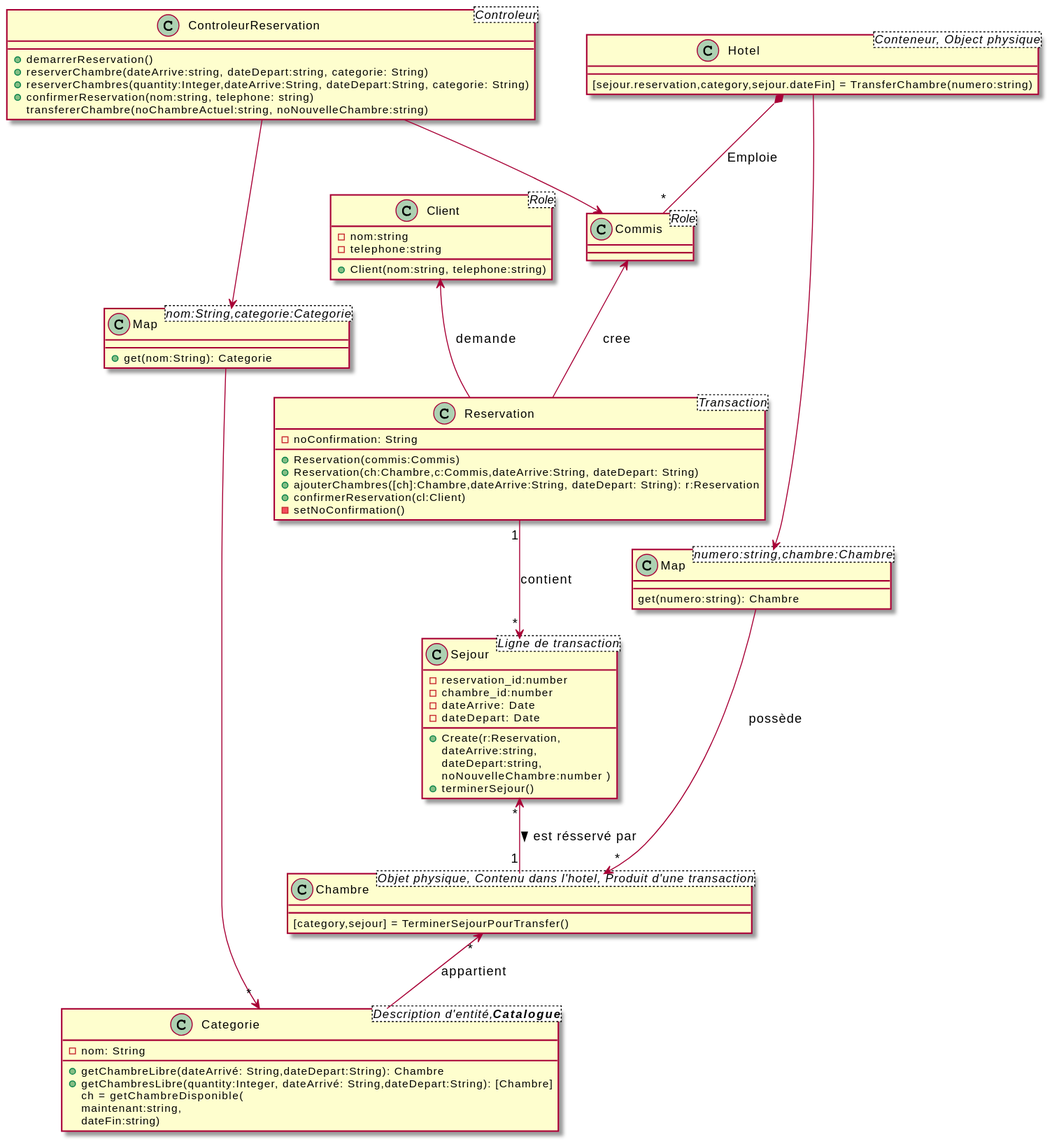
This is ACOO/01-application-gestion-hoteliere-solution-V2/CU01+CU02+CU03-DCL-Diagramme de classe.svg from yvanross/LOG210-exercices, a PlantUML export, as it was before one commit. Source of this version:
```plantuml
@startuml
class ControleurReservation<Controleur>{
  +demarrerReservation()
  +reserverChambre(dateArrive:string, dateDepart:string, categorie: String)
  +reserverChambres(quantity:Integer,dateArrive:String, dateDepart:String, categorie: String)
  +confirmerReservation(nom:string, telephone: string)
  transfererChambre(noChambreActuel:string, noNouvelleChambre:string)
}
class "Map<nom:String,categorie:Categorie>" as MC {
  +get(nom:String): Categorie
}
class "Map<numero:string,chambre:Chambre>" as MCH {
  get(numero:string): Chambre
}

class Hotel <Conteneur, Object physique>{
  [sejour.reservation,category,sejour.dateFin] = TransferChambre(numero:string)
}
class Categorie <Description d'entité,**Catalogue**> {
  -nom: String
  +getChambreLibre(dateArrivé: String,dateDepart:String): Chambre
  +getChambresLibre(quantity:Integer, dateArrivé: String,dateDepart:String): [Chambre]
   ch = getChambreDisponible(\nmaintenant:string, \ndateFin:string)

}
class Reservation <Transaction>{
  -noConfirmation: String
  +Reservation(commis:Commis)
  +Reservation(ch:Chambre,c:Commis,dateArrive:String, dateDepart: String)
  +ajouterChambres([ch]:Chambre,dateArrive:String, dateDepart: String): r:Reservation
  +confirmerReservation(cl:Client)
  -setNoConfirmation()
}

class Sejour <Ligne de transaction>{
  -reservation_id:number
  -chambre_id:number
  -dateArrive: Date
  -dateDepart: Date
  +Create(r:Reservation,\ndateArrive:string, \ndateDepart:string, \nnoNouvelleChambre:number )
  +terminerSejour()
}

class Commis <Role>
class Chambre <Objet physique, Contenu dans l'hotel, Produit d'une transaction>{
  [category,sejour] = TerminerSejourPourTransfer()
}
class Client <Role> {
  -nom:string
  -telephone:string
  +Client(nom:string, telephone:string)
}

Hotel  -->  MCH
MCH --> "*" Chambre: possède
Chambre "*" <-- Categorie: appartient
Client  <--  Reservation: demande
Commis  <--  Reservation: cree
Hotel  *-- "*" Commis : Emploie
Reservation "1" --> "*" Sejour: contient
Sejour"*" <-- "1" Chambre: est résservé par >
ControleurReservation --> MC
ControleurReservation --> Commis
MC --> "*" Categorie
@enduml
```
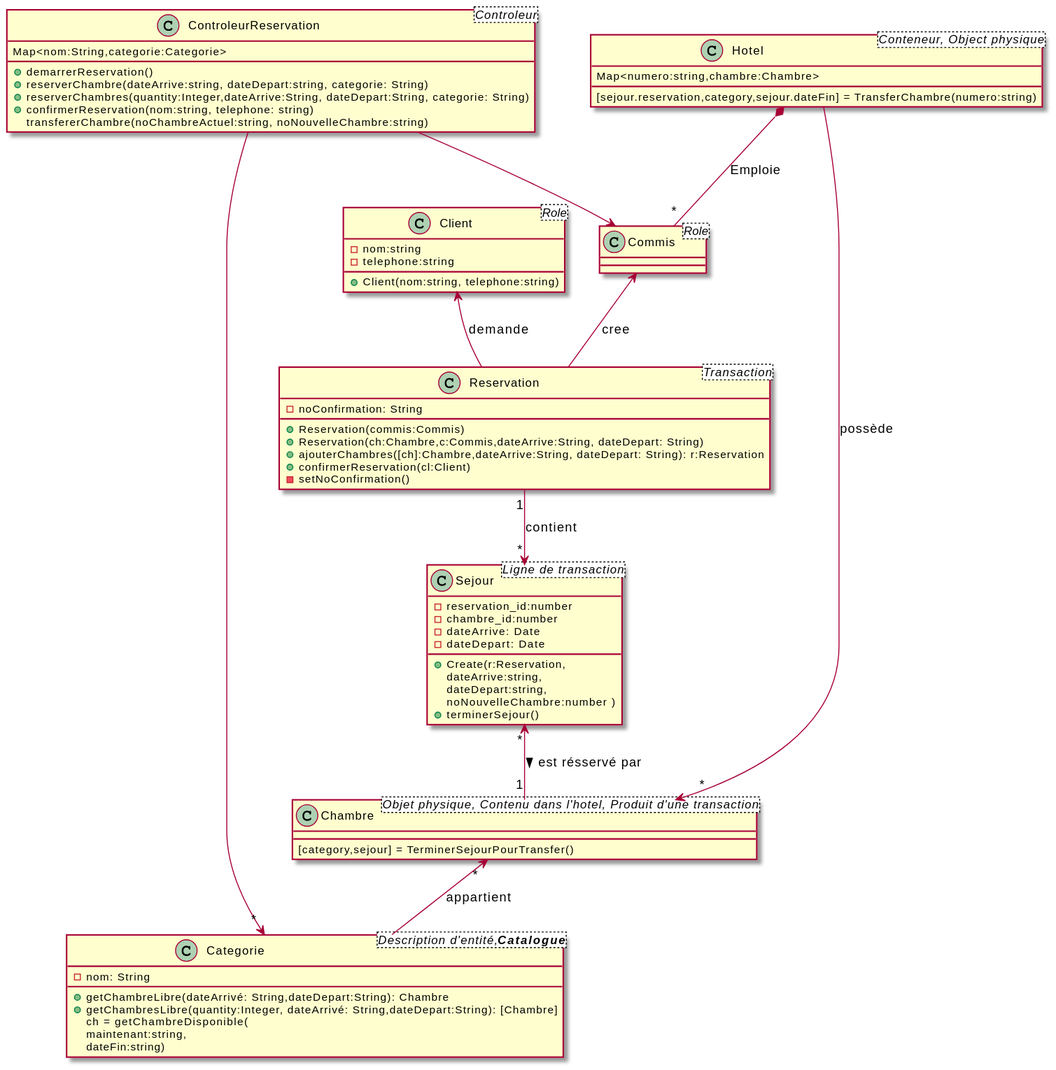
After the change.

What changed in the source:
```diff
@@ -1,19 +1,15 @@
 @startuml
 class ControleurReservation<Controleur>{
+  Map<nom:String,categorie:Categorie>
   +demarrerReservation()
   +reserverChambre(dateArrive:string, dateDepart:string, categorie: String)
   +reserverChambres(quantity:Integer,dateArrive:String, dateDepart:String, categorie: String)
   +confirmerReservation(nom:string, telephone: string)
   transfererChambre(noChambreActuel:string, noNouvelleChambre:string)
 }
-class "Map<nom:String,categorie:Categorie>" as MC {
-  +get(nom:String): Categorie
-}
-class "Map<numero:string,chambre:Chambre>" as MCH {
-  get(numero:string): Chambre
-}
 
 class Hotel <Conteneur, Object physique>{
+  Map<numero:string,chambre:Chambre>
   [sejour.reservation,category,sejour.dateFin] = TransferChambre(numero:string)
 }
 class Categorie <Description d'entité,**Catalogue**> {
@@ -51,15 +47,13 @@
   +Client(nom:string, telephone:string)
 }
 
-Hotel  -->  MCH
-MCH --> "*" Chambre: possède
+Hotel --> "*" Chambre: possède
 Chambre "*" <-- Categorie: appartient
 Client  <--  Reservation: demande
 Commis  <--  Reservation: cree
 Hotel  *-- "*" Commis : Emploie
 Reservation "1" --> "*" Sejour: contient
 Sejour"*" <-- "1" Chambre: est résservé par >
-ControleurReservation --> MC
 ControleurReservation --> Commis
-MC --> "*" Categorie
+ControleurReservation --> "*" Categorie
 @enduml
```
